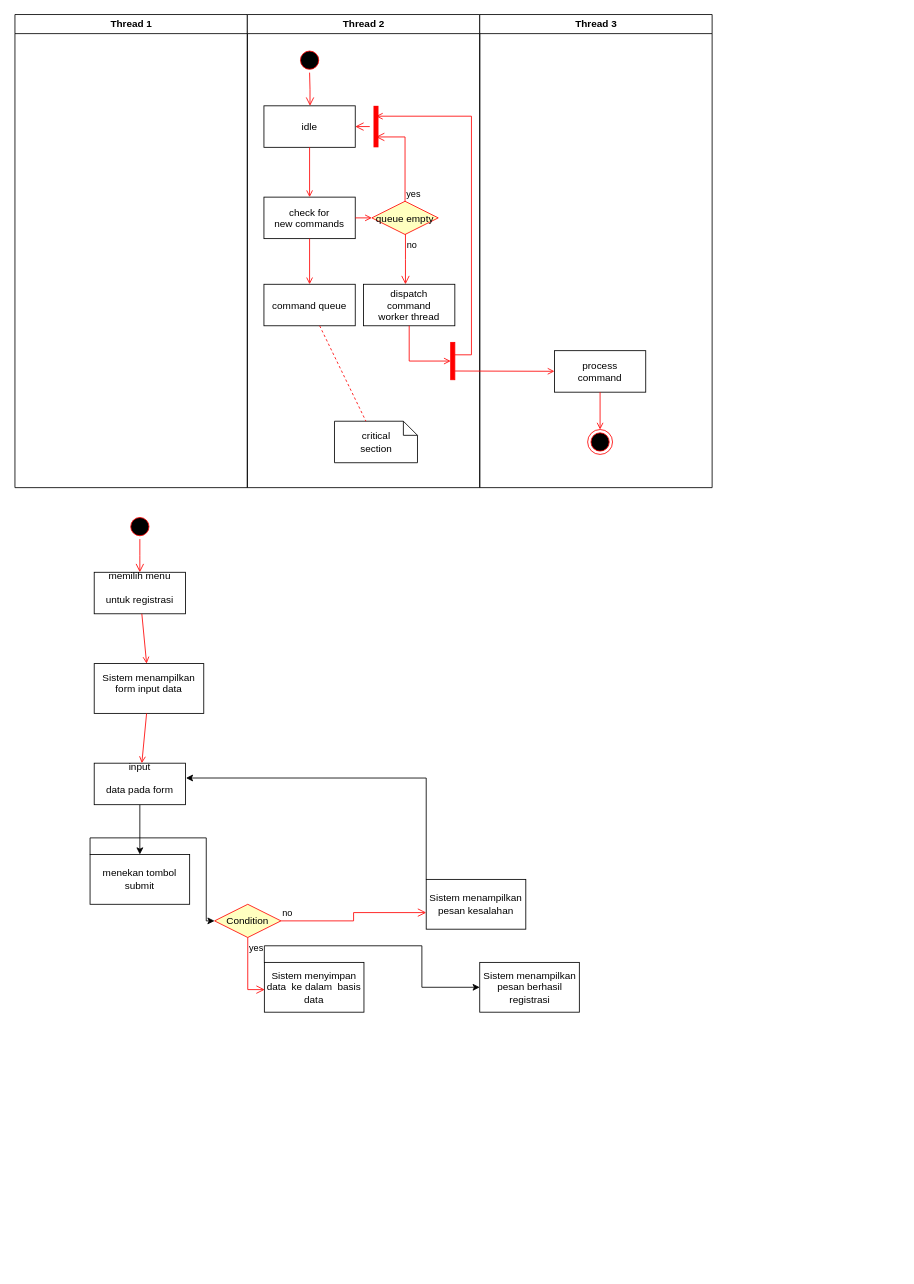
ricky3knowhere/IF214002 keeps this draw.io diagram as activityDiagram.drawio. Above is the earlier version. Source tidied: cells renumbered, new cells numbered last; positions are measured from the earlier drawing's top-left corner, leaving out a move shared by most shapes. Both pictures are drawn from the tidied source at 83%, with x=0, y=0 at pixel (14, 14).
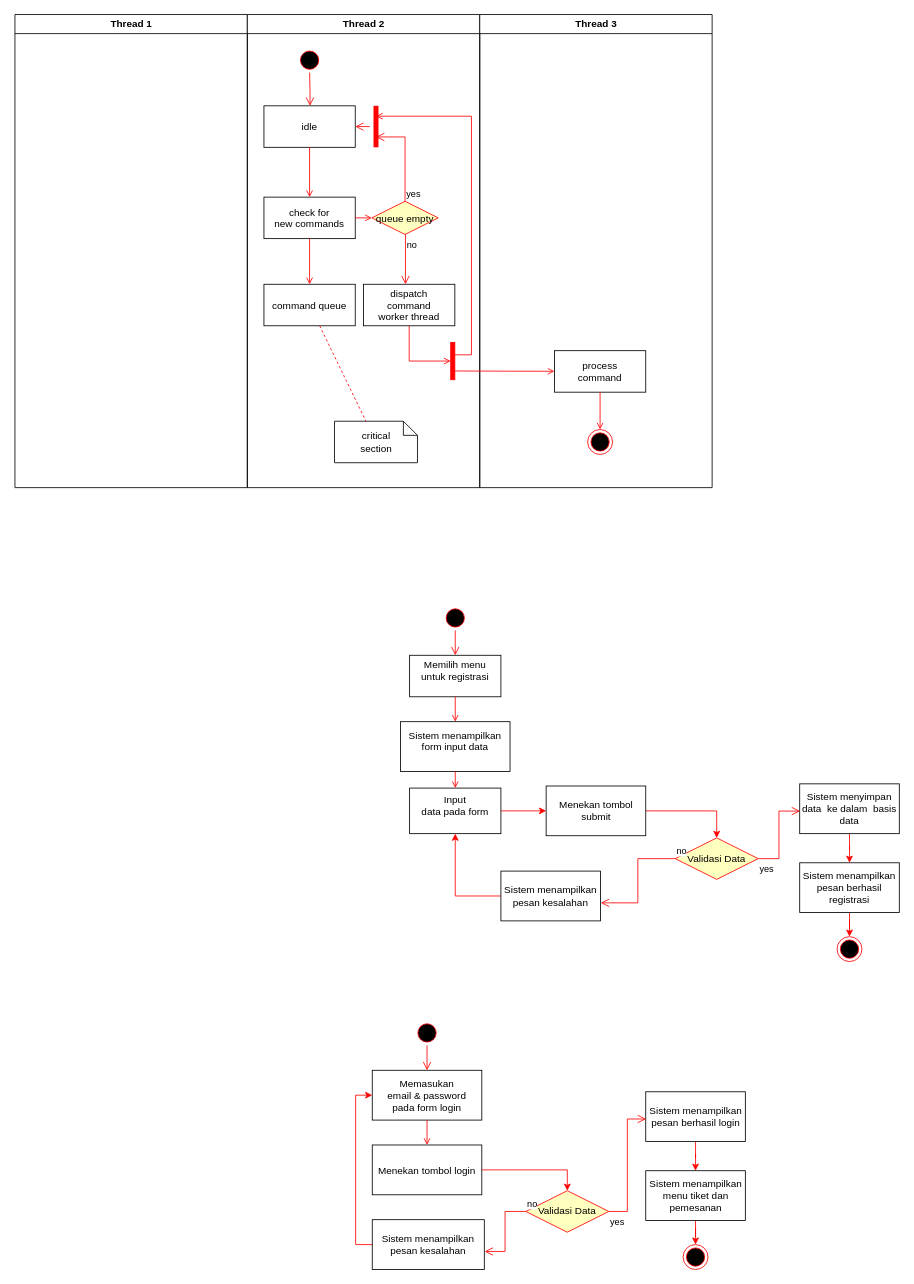
The same page after the edit.

Diff of the diagram source:
```diff
@@
     <mxCell id="28" style="ellipse;shape=startState;fillColor=#000000;strokeColor=#ff0000;" parent="1" vertex="1">
-      <mxGeometry x="136" y="602" width="30" height="30" as="geometry" />
+      <mxGeometry x="516" y="712" width="30" height="30" as="geometry" />
     </mxCell>
     <mxCell id="29" style="edgeStyle=elbowEdgeStyle;elbow=horizontal;verticalAlign=bottom;endArrow=open;endSize=8;strokeColor=#FF0000;endFill=1;rounded=0;" parent="1" edge="1" source="28" target="30">
-      <mxGeometry x="300" y="730" as="geometry" />
+      <mxGeometry x="320" y="994.9" as="geometry" />
     </mxCell>
-    <mxCell id="30" value="memilih menu &#10;&#10;untuk registrasi &#10;" parent="1" vertex="1">
-      <mxGeometry x="96" y="672" width="110" height="50" as="geometry" />
+    <mxCell id="30" value="Memilih menu &#10;untuk registrasi &#10;" parent="1" vertex="1">
+      <mxGeometry x="476" y="772" width="110" height="50" as="geometry" />
     </mxCell>
     <mxCell id="31" value="Sistem menampilkan &#10;form input data&#10;" parent="1" vertex="1">
-      <mxGeometry x="96" y="782" width="132" height="60" as="geometry" />
+      <mxGeometry x="465" y="852" width="132" height="60" as="geometry" />
     </mxCell>
@@
-    <mxCell id="33" style="edgeStyle=orthogonalEdgeStyle;rounded=0;jettySize=auto;html=1;" parent="1" edge="1" source="34" target="37">
+    <mxCell id="33" style="edgeStyle=orthogonalEdgeStyle;rounded=0;jettySize=auto;html=1;fillColor=#e51400;strokeColor=#FF0000;" parent="1" edge="1" source="34" target="37">
       <mxGeometry relative="1" as="geometry" />
     </mxCell>
-    <mxCell id="34" value="input&#10;&#10;data pada form &#10;" parent="1" vertex="1">
-      <mxGeometry x="96" y="902" width="110" height="50" as="geometry" />
+    <mxCell id="34" value="Input&#10;data pada form &#10;" parent="1" vertex="1">
+      <mxGeometry x="476" y="932" width="110" height="54.9" as="geometry" />
     </mxCell>
@@
-    <mxCell id="36" style="edgeStyle=orthogonalEdgeStyle;rounded=0;jettySize=auto;html=1;exitX=0;exitY=0;exitDx=0;exitDy=0;entryX=0;entryY=0.5;entryDx=0;entryDy=0;" parent="1" edge="1" source="37" target="41">
+    <mxCell id="36" style="edgeStyle=orthogonalEdgeStyle;rounded=0;jettySize=auto;html=1;exitX=1;exitY=0.5;exitDx=0;exitDy=0;entryX=0.5;entryY=0;entryDx=0;entryDy=0;fillColor=#e51400;strokeColor=#FF0000;" parent="1" edge="1" source="37" target="41">
       <mxGeometry relative="1" as="geometry" />
     </mxCell>
-    <mxCell id="37" value="&lt;span lang=&quot;EN-GB&quot;&gt;menekan tombol submit&lt;/span&gt;" style="whiteSpace=wrap;html=1;fillColor=rgb(255, 255, 255);strokeColor=rgb(0, 0, 0);fontColor=rgb(0, 0, 0);" parent="1" vertex="1">
-      <mxGeometry x="91" y="1012" width="120" height="60" as="geometry" />
+    <mxCell id="37" value="&lt;span lang=&quot;EN-GB&quot;&gt;Menekan tombol submit&lt;/span&gt;" style="whiteSpace=wrap;html=1;fillColor=rgb(255, 255, 255);strokeColor=rgb(0, 0, 0);fontColor=rgb(0, 0, 0);" parent="1" vertex="1">
+      <mxGeometry x="640.5" y="929.5" width="120" height="59.9" as="geometry" />
     </mxCell>
-    <mxCell id="38" style="edgeStyle=orthogonalEdgeStyle;rounded=0;jettySize=auto;html=1;exitX=0;exitY=0;exitDx=0;exitDy=0;" parent="1" edge="1" source="39" target="40">
+    <mxCell id="38" style="edgeStyle=orthogonalEdgeStyle;rounded=0;jettySize=auto;html=1;exitX=0.5;exitY=1;exitDx=0;exitDy=0;fillColor=#e51400;strokeColor=#FF0000;" parent="1" edge="1" source="39" target="40">
       <mxGeometry relative="1" as="geometry" />
     </mxCell>
     <mxCell id="39" value="&lt;p&gt;&lt;span lang=&quot;EN-GB&quot;&gt;Sistem menyimpan data&amp;nbsp; ke dalam&amp;nbsp; basis data&lt;/span&gt;&lt;/p&gt;" style="whiteSpace=wrap;html=1;fillColor=rgb(255, 255, 255);strokeColor=rgb(0, 0, 0);fontColor=rgb(0, 0, 0);" parent="1" vertex="1">
-      <mxGeometry x="301" y="1142" width="120" height="60" as="geometry" />
+      <mxGeometry x="946" y="926.9" width="120" height="60" as="geometry" />
     </mxCell>
+    <mxCell id="46" style="edgeStyle=orthogonalEdgeStyle;rounded=0;jettySize=auto;html=1;entryX=0.5;entryY=0;entryDx=0;entryDy=0;fillColor=#e51400;strokeColor=#FF0000;" parent="1" edge="1" source="40" target="47">
+      <mxGeometry relative="1" as="geometry" />
+    </mxCell>
     <mxCell id="40" value="&lt;span lang=&quot;EN-GB&quot;&gt;Sistem menampilkan pesan berhasil registrasi &lt;/span&gt;" style="whiteSpace=wrap;html=1;fillColor=rgb(255, 255, 255);strokeColor=rgb(0, 0, 0);fontColor=rgb(0, 0, 0);" parent="1" vertex="1">
-      <mxGeometry x="560.5" y="1142" width="120" height="60" as="geometry" />
+      <mxGeometry x="946" y="1022" width="120" height="60" as="geometry" />
     </mxCell>
-    <mxCell id="41" value="Condition" style="rhombus;whiteSpace=wrap;html=1;fillColor=#ffffc0;strokeColor=#ff0000;" parent="1" vertex="1">
-      <mxGeometry x="241" y="1072" width="80" height="40" as="geometry" />
+    <mxCell id="41" value="Validasi Data" style="rhombus;whiteSpace=wrap;html=1;fillColor=#ffffc0;strokeColor=#ff0000;" parent="1" vertex="1">
+      <mxGeometry x="796" y="992" width="100" height="50" as="geometry" />
     </mxCell>
-    <mxCell id="42" value="no" style="edgeStyle=orthogonalEdgeStyle;html=1;align=left;verticalAlign=bottom;endArrow=open;endSize=8;strokeColor=#ff0000;rounded=0;entryX=0;entryY=0.667;entryDx=0;entryDy=0;entryPerimeter=0;" parent="1" edge="1" source="41" target="45">
+    <mxCell id="42" value="no" style="edgeStyle=orthogonalEdgeStyle;html=1;align=left;verticalAlign=bottom;endArrow=open;endSize=8;strokeColor=#ff0000;rounded=0;entryX=1.003;entryY=0.638;entryDx=0;entryDy=0;entryPerimeter=0;" parent="1" edge="1" source="41" target="45">
       <mxGeometry x="-1" relative="1" as="geometry" />
     </mxCell>
@@
-    <mxCell id="44" style="edgeStyle=orthogonalEdgeStyle;rounded=0;jettySize=auto;html=1;exitX=0;exitY=0;exitDx=0;exitDy=0;entryX=1.005;entryY=0.357;entryDx=0;entryDy=0;entryPerimeter=0;" parent="1" edge="1" source="45" target="34">
+    <mxCell id="44" style="edgeStyle=orthogonalEdgeStyle;rounded=0;jettySize=auto;html=1;exitX=0;exitY=0.5;exitDx=0;exitDy=0;entryX=0.5;entryY=1;entryDx=0;entryDy=0;fillColor=#e51400;strokeColor=#FF0000;" parent="1" edge="1" source="45" target="34">
       <mxGeometry relative="1" as="geometry" />
     </mxCell>
     <mxCell id="45" value="&lt;span lang=&quot;EN-GB&quot;&gt;Sistem menampilkan pesan kesalahan&lt;/span&gt;" style="whiteSpace=wrap;html=1;fillColor=rgb(255, 255, 255);strokeColor=rgb(0, 0, 0);fontColor=rgb(0, 0, 0);" parent="1" vertex="1">
-      <mxGeometry x="496" y="1042" width="120" height="60" as="geometry" />
+      <mxGeometry x="586" y="1032" width="120" height="60" as="geometry" />
     </mxCell>
+    <mxCell id="47" style="ellipse;html=1;shape=endState;fillColor=#000000;strokeColor=#ff0000;" parent="1" vertex="1">
+      <mxGeometry x="991" y="1111" width="30" height="30" as="geometry" />
+    </mxCell>
+    <mxCell id="48" style="ellipse;shape=startState;fillColor=#000000;strokeColor=#ff0000;" parent="1" vertex="1">
+      <mxGeometry x="482" y="1212" width="30" height="30" as="geometry" />
+    </mxCell>
+    <mxCell id="49" style="edgeStyle=elbowEdgeStyle;elbow=horizontal;verticalAlign=bottom;endArrow=open;endSize=8;strokeColor=#FF0000;endFill=1;rounded=0;" parent="1" edge="1" source="48" target="50">
+      <mxGeometry x="275" y="1494.9" as="geometry" />
+    </mxCell>
+    <mxCell id="50" value="Memasukan&#10;email &amp; password&#10;pada form login" parent="1" vertex="1">
+      <mxGeometry x="431" y="1272" width="132" height="60" as="geometry" />
+    </mxCell>
+    <mxCell id="51" value="Menekan tombol login" parent="1" vertex="1">
+      <mxGeometry x="431" y="1362" width="132" height="60" as="geometry" />
+    </mxCell>
+    <mxCell id="52" style="endArrow=open;strokeColor=#FF0000;endFill=1;rounded=0;" parent="1" edge="1" source="50" target="51">
+      <mxGeometry relative="1" as="geometry" />
+    </mxCell>
+    <mxCell id="53" style="edgeStyle=orthogonalEdgeStyle;rounded=0;jettySize=auto;html=1;exitX=1;exitY=0.5;exitDx=0;exitDy=0;entryX=0.5;entryY=0;entryDx=0;entryDy=0;fillColor=#e51400;strokeColor=#FF0000;" parent="1" edge="1" source="51" target="58">
+      <mxGeometry relative="1" as="geometry" />
+    </mxCell>
+    <mxCell id="54" style="edgeStyle=orthogonalEdgeStyle;rounded=0;jettySize=auto;html=1;exitX=0.5;exitY=1;exitDx=0;exitDy=0;fillColor=#e51400;strokeColor=#FF0000;" parent="1" edge="1" source="55" target="57">
+      <mxGeometry relative="1" as="geometry" />
+    </mxCell>
+    <mxCell id="55" value="&lt;p&gt;&lt;span lang=&quot;EN-GB&quot;&gt;Sistem menampilkan pesan berhasil login &lt;/span&gt;&lt;/p&gt;" style="whiteSpace=wrap;html=1;fillColor=rgb(255, 255, 255);strokeColor=rgb(0, 0, 0);fontColor=rgb(0, 0, 0);" parent="1" vertex="1">
+      <mxGeometry x="760.5" y="1297.9" width="120" height="60" as="geometry" />
+    </mxCell>
+    <mxCell id="56" style="edgeStyle=orthogonalEdgeStyle;rounded=0;jettySize=auto;html=1;entryX=0.5;entryY=0;entryDx=0;entryDy=0;fillColor=#e51400;strokeColor=#FF0000;" parent="1" edge="1" source="57" target="63">
+      <mxGeometry relative="1" as="geometry" />
+    </mxCell>
+    <mxCell id="57" value="&lt;span lang=&quot;EN-GB&quot;&gt;Sistem menampilkan menu tiket dan pemesanan&lt;/span&gt;" style="whiteSpace=wrap;html=1;fillColor=rgb(255, 255, 255);strokeColor=rgb(0, 0, 0);fontColor=rgb(0, 0, 0);" parent="1" vertex="1">
+      <mxGeometry x="760.5" y="1393" width="120" height="60" as="geometry" />
+    </mxCell>
+    <mxCell id="58" value="Validasi Data" style="rhombus;whiteSpace=wrap;html=1;fillColor=#ffffc0;strokeColor=#ff0000;" parent="1" vertex="1">
+      <mxGeometry x="616" y="1417.1" width="100" height="50" as="geometry" />
+    </mxCell>
+    <mxCell id="59" value="no" style="edgeStyle=orthogonalEdgeStyle;html=1;align=left;verticalAlign=bottom;endArrow=open;endSize=8;strokeColor=#ff0000;rounded=0;entryX=1.003;entryY=0.638;entryDx=0;entryDy=0;entryPerimeter=0;" parent="1" edge="1" source="58" target="62">
+      <mxGeometry x="-1" relative="1" as="geometry" />
+    </mxCell>
+    <mxCell id="60" value="yes" style="edgeStyle=orthogonalEdgeStyle;html=1;align=left;verticalAlign=top;endArrow=open;endSize=8;strokeColor=#ff0000;rounded=0;entryX=0.004;entryY=0.547;entryDx=0;entryDy=0;entryPerimeter=0;" parent="1" edge="1" source="58" target="55">
+      <mxGeometry x="-1" relative="1" as="geometry" />
+    </mxCell>
+    <mxCell id="61" style="edgeStyle=orthogonalEdgeStyle;rounded=0;jettySize=auto;html=1;exitX=0;exitY=0.5;exitDx=0;exitDy=0;entryX=0;entryY=0.5;entryDx=0;entryDy=0;fillColor=#e51400;strokeColor=#FF0000;" parent="1" edge="1" source="62" target="50">
+      <mxGeometry relative="1" as="geometry" />
+    </mxCell>
+    <mxCell id="62" value="&lt;span lang=&quot;EN-GB&quot;&gt;Sistem menampilkan pesan kesalahan&lt;/span&gt;" style="whiteSpace=wrap;html=1;fillColor=rgb(255, 255, 255);strokeColor=rgb(0, 0, 0);fontColor=rgb(0, 0, 0);" parent="1" vertex="1">
+      <mxGeometry x="431" y="1452" width="135" height="60" as="geometry" />
+    </mxCell>
+    <mxCell id="63" style="ellipse;html=1;shape=endState;fillColor=#000000;strokeColor=#ff0000;" parent="1" vertex="1">
+      <mxGeometry x="805.5" y="1482" width="30" height="30" as="geometry" />
+    </mxCell>
```
